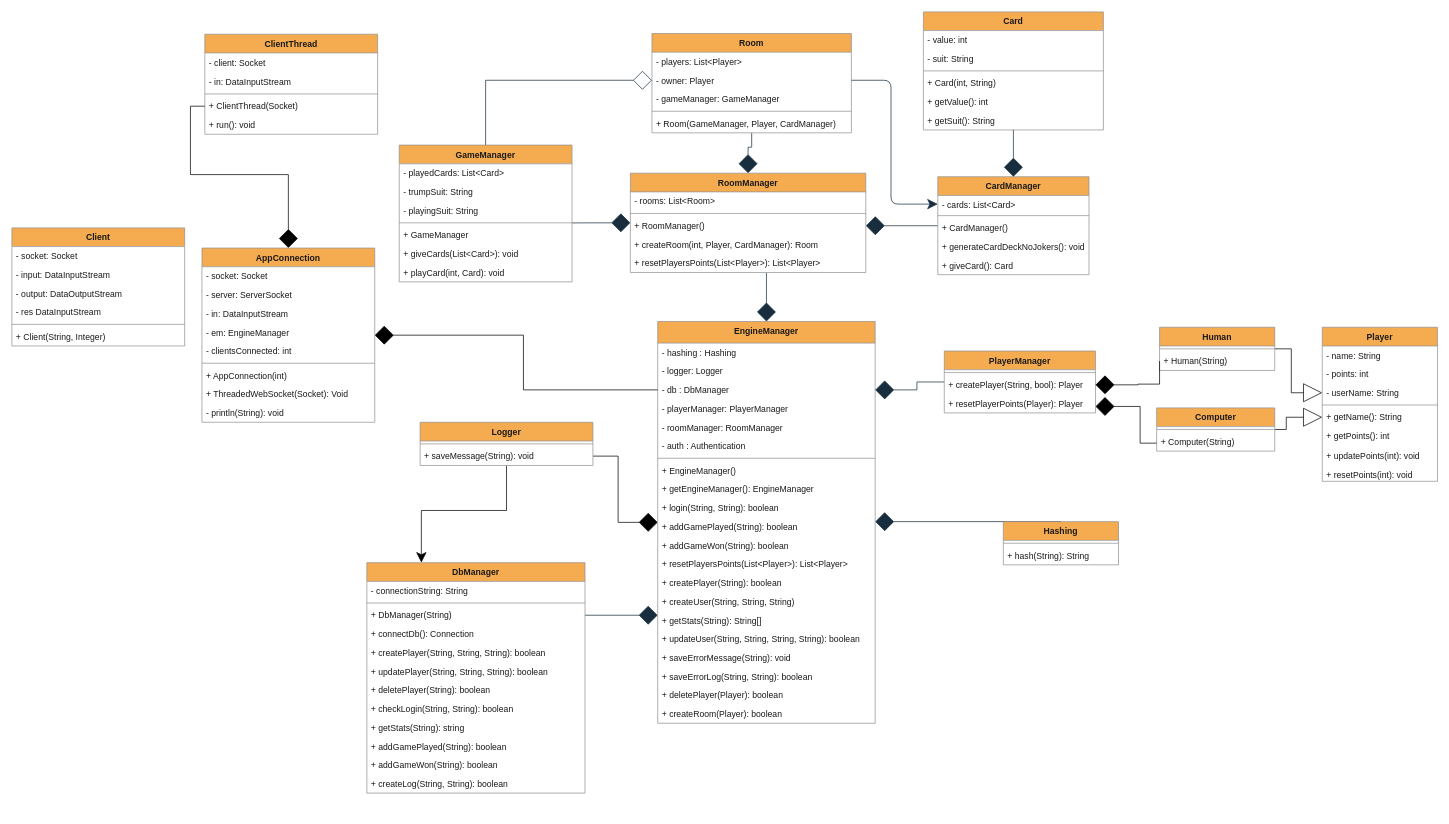
Above: Diagrammer/Filer/Klasse Diagram.drawio in Olivervesth/KortKlubben (draw.io), before the change. Source tidied: cells renumbered, new cells numbered last; positions are measured from the earlier drawing's top-left corner, leaving out a move shared by most shapes. Both pictures are drawn from the tidied source at 72%, with x=0, y=0 at pixel (12, 12).
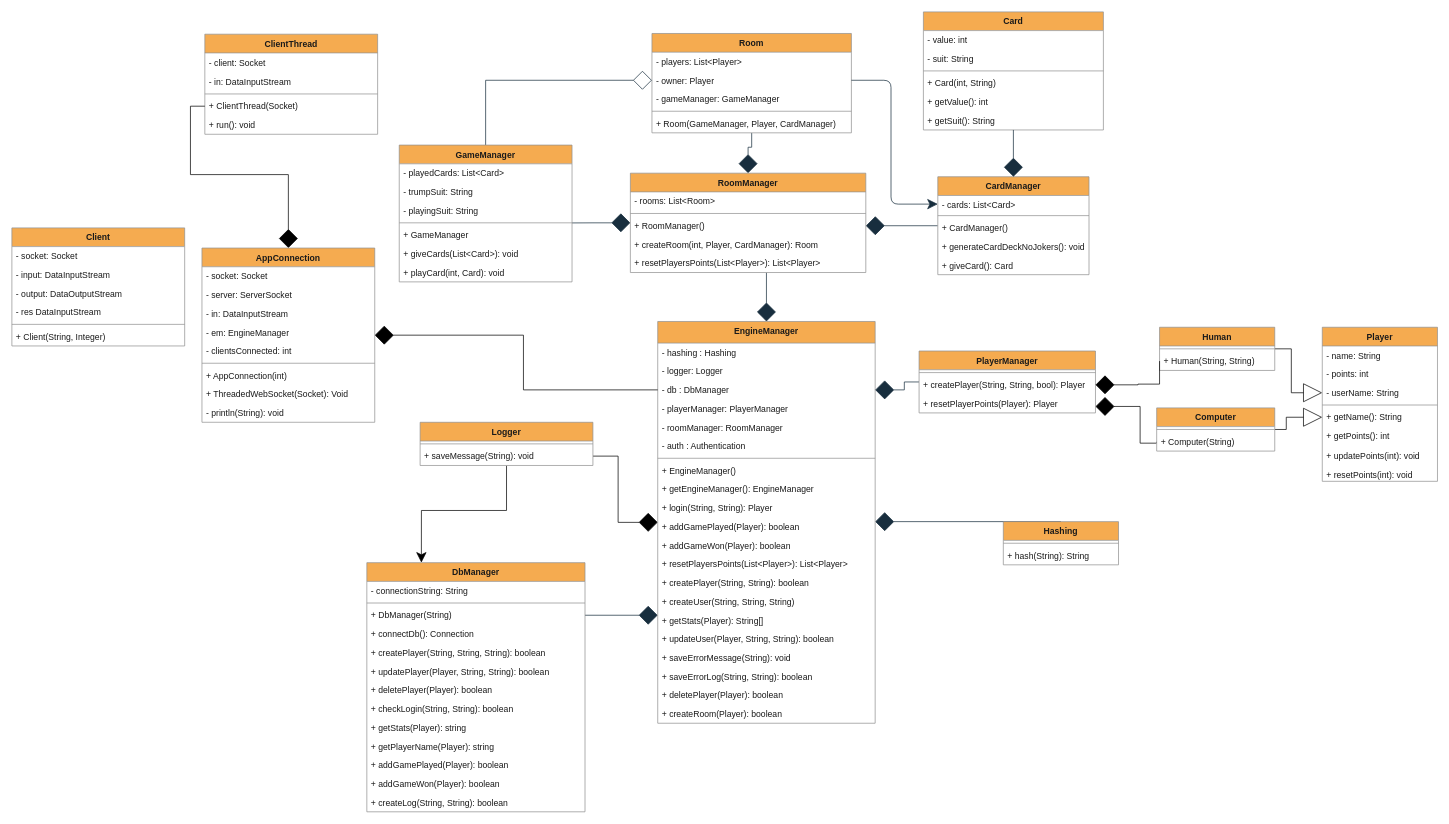
Above is the later version.

The change refers to these unchanged cells:
```xml
<mxCell id="34" value="EngineManager" style="swimlane;fontStyle=1;align=center;verticalAlign=top;horizontal=1;startSize=30;fillColor=#F5AB50;strokeColor=#909090;fontColor=#1A1A1A;rounded=0;swimlaneFillColor=default;" parent="1" vertex="1">
  <mxGeometry x="897" y="430" width="302" height="558" as="geometry" />
</mxCell>
<mxCell id="63" value="Human" style="swimlane;fontStyle=1;align=center;verticalAlign=top;horizontal=1;startSize=26;fillColor=#F5AB50;strokeColor=#909090;fontColor=#1A1A1A;rounded=0;swimlaneFillColor=default;" parent="1" vertex="1">
  <mxGeometry x="1594" y="438" width="160" height="60" as="geometry" />
</mxCell>
```

Diff of the diagram source:
```diff
@@
-    <mxCell id="44" value="+ login(String, String): boolean" style="text;strokeColor=none;fillColor=none;align=left;verticalAlign=top;spacingLeft=4;spacingRight=4;overflow=hidden;fontColor=#1A1A1A;rounded=0;" parent="34" vertex="1">
+    <mxCell id="44" value="+ login(String, String): Player" style="text;strokeColor=none;fillColor=none;align=left;verticalAlign=top;spacingLeft=4;spacingRight=4;overflow=hidden;fontColor=#1A1A1A;rounded=0;" parent="34" vertex="1">
       <mxGeometry y="246" width="302" height="26" as="geometry" />
     </mxCell>
-    <mxCell id="45" value="+ addGamePlayed(String): boolean" style="text;strokeColor=none;fillColor=none;align=left;verticalAlign=top;spacingLeft=4;spacingRight=4;overflow=hidden;fontColor=#1A1A1A;rounded=0;" parent="34" vertex="1">
+    <mxCell id="45" value="+ addGamePlayed(Player): boolean" style="text;strokeColor=none;fillColor=none;align=left;verticalAlign=top;spacingLeft=4;spacingRight=4;overflow=hidden;fontColor=#1A1A1A;rounded=0;" parent="34" vertex="1">
       <mxGeometry y="272" width="302" height="26" as="geometry" />
     </mxCell>
-    <mxCell id="46" value="+ addGameWon(String): boolean" style="text;strokeColor=none;fillColor=none;align=left;verticalAlign=top;spacingLeft=4;spacingRight=4;overflow=hidden;fontColor=#1A1A1A;rounded=0;" parent="34" vertex="1">
+    <mxCell id="46" value="+ addGameWon(Player): boolean" style="text;strokeColor=none;fillColor=none;align=left;verticalAlign=top;spacingLeft=4;spacingRight=4;overflow=hidden;fontColor=#1A1A1A;rounded=0;" parent="34" vertex="1">
       <mxGeometry y="298" width="302" height="26" as="geometry" />
     </mxCell>
@@
-    <mxCell id="48" value="+ createPlayer(String): boolean" style="text;strokeColor=none;fillColor=none;align=left;verticalAlign=top;spacingLeft=4;spacingRight=4;overflow=hidden;fontColor=#1A1A1A;rounded=0;" parent="34" vertex="1">
+    <mxCell id="48" value="+ createPlayer(String, String): boolean" style="text;strokeColor=none;fillColor=none;align=left;verticalAlign=top;spacingLeft=4;spacingRight=4;overflow=hidden;fontColor=#1A1A1A;rounded=0;" parent="34" vertex="1">
       <mxGeometry y="350" width="302" height="26" as="geometry" />
     </mxCell>
@@
-    <mxCell id="50" value="+ getStats(String): String[]" style="text;strokeColor=none;fillColor=none;align=left;verticalAlign=top;spacingLeft=4;spacingRight=4;overflow=hidden;fontColor=#1A1A1A;rounded=0;" parent="34" vertex="1">
+    <mxCell id="50" value="+ getStats(Player): String[]" style="text;strokeColor=none;fillColor=none;align=left;verticalAlign=top;spacingLeft=4;spacingRight=4;overflow=hidden;fontColor=#1A1A1A;rounded=0;" parent="34" vertex="1">
       <mxGeometry y="402" width="302" height="26" as="geometry" />
     </mxCell>
-    <mxCell id="51" value="+ updateUser(String, String, String, String): boolean" style="text;strokeColor=none;fillColor=none;align=left;verticalAlign=top;spacingLeft=4;spacingRight=4;overflow=hidden;fontColor=#1A1A1A;rounded=0;" parent="34" vertex="1">
+    <mxCell id="51" value="+ updateUser(Player, String, String): boolean" style="text;strokeColor=none;fillColor=none;align=left;verticalAlign=top;spacingLeft=4;spacingRight=4;overflow=hidden;fontColor=#1A1A1A;rounded=0;" parent="34" vertex="1">
       <mxGeometry y="428" width="302" height="26" as="geometry" />
     </mxCell>
@@
     <mxCell id="58" value="PlayerManager" style="swimlane;fontStyle=1;align=center;verticalAlign=top;horizontal=1;startSize=26;fillColor=#F5AB50;strokeColor=#909090;fontColor=#1A1A1A;rounded=0;swimlaneFillColor=default;" parent="1" vertex="1">
-      <mxGeometry x="1295" y="471" width="210" height="86" as="geometry" />
+      <mxGeometry x="1260" y="471" width="245" height="86" as="geometry" />
     </mxCell>
     <mxCell id="59" style="line;strokeWidth=1;fillColor=none;align=left;verticalAlign=middle;spacingTop=-1;spacingLeft=3;spacingRight=3;labelPosition=right;labelBackgroundColor=#EEEEEE;strokeColor=#909090;fontColor=#1A1A1A;rounded=0;" parent="58" vertex="1">
-      <mxGeometry y="26" width="210" height="8" as="geometry" />
+      <mxGeometry y="26" width="245" height="8" as="geometry" />
     </mxCell>
-    <mxCell id="60" value="+ createPlayer(String, bool): Player" style="text;strokeColor=none;fillColor=none;align=left;verticalAlign=top;spacingLeft=4;spacingRight=4;overflow=hidden;points=[[0,0.5],[1,0.5]];portConstraint=eastwest;fontColor=#1A1A1A;rounded=0;" parent="58" vertex="1">
-      <mxGeometry y="34" width="210" height="26" as="geometry" />
+    <mxCell id="60" value="+ createPlayer(String, String, bool): Player" style="text;strokeColor=none;fillColor=none;align=left;verticalAlign=top;spacingLeft=4;spacingRight=4;overflow=hidden;points=[[0,0.5],[1,0.5]];portConstraint=eastwest;fontColor=#1A1A1A;rounded=0;" parent="58" vertex="1">
+      <mxGeometry y="34" width="245" height="26" as="geometry" />
     </mxCell>
     <mxCell id="61" value="+ resetPlayerPoints(Player): Player" style="text;strokeColor=none;fillColor=none;align=left;verticalAlign=top;spacingLeft=4;spacingRight=4;overflow=hidden;fontColor=#1A1A1A;rounded=0;" parent="58" vertex="1">
-      <mxGeometry y="60" width="210" height="26" as="geometry" />
+      <mxGeometry y="60" width="245" height="26" as="geometry" />
     </mxCell>
@@
-    <mxCell id="65" value="+ Human(String)" style="text;strokeColor=none;fillColor=none;align=left;verticalAlign=top;spacingLeft=4;spacingRight=4;overflow=hidden;points=[[0,0.5],[1,0.5]];portConstraint=eastwest;fontColor=#1A1A1A;rounded=0;" parent="63" vertex="1">
+    <mxCell id="65" value="+ Human(String, String)" style="text;strokeColor=none;fillColor=none;align=left;verticalAlign=top;spacingLeft=4;spacingRight=4;overflow=hidden;points=[[0,0.5],[1,0.5]];portConstraint=eastwest;fontColor=#1A1A1A;rounded=0;" parent="63" vertex="1">
       <mxGeometry y="34" width="160" height="26" as="geometry" />
     </mxCell>
     <mxCell id="66" value="DbManager" style="swimlane;fontStyle=1;align=center;verticalAlign=top;horizontal=1;startSize=26;fillColor=#F5AB50;strokeColor=#909090;fontColor=#1A1A1A;rounded=0;swimlaneFillColor=default;" parent="1" vertex="1">
-      <mxGeometry x="493" y="765" width="303" height="320" as="geometry" />
+      <mxGeometry x="493" y="765" width="303" height="346" as="geometry" />
     </mxCell>
@@
-    <mxCell id="72" value="+ updatePlayer(String, String, String): boolean" style="text;strokeColor=none;fillColor=none;align=left;verticalAlign=top;spacingLeft=4;spacingRight=4;overflow=hidden;fontColor=#1A1A1A;rounded=0;" parent="66" vertex="1">
+    <mxCell id="72" value="+ updatePlayer(Player, String, String): boolean" style="text;strokeColor=none;fillColor=none;align=left;verticalAlign=top;spacingLeft=4;spacingRight=4;overflow=hidden;fontColor=#1A1A1A;rounded=0;" parent="66" vertex="1">
       <mxGeometry y="138" width="303" height="26" as="geometry" />
     </mxCell>
-    <mxCell id="73" value="+ deletePlayer(String): boolean" style="text;strokeColor=none;fillColor=none;align=left;verticalAlign=top;spacingLeft=4;spacingRight=4;overflow=hidden;fontColor=#1A1A1A;rounded=0;" parent="66" vertex="1">
+    <mxCell id="73" value="+ deletePlayer(Player): boolean" style="text;strokeColor=none;fillColor=none;align=left;verticalAlign=top;spacingLeft=4;spacingRight=4;overflow=hidden;fontColor=#1A1A1A;rounded=0;" parent="66" vertex="1">
       <mxGeometry y="164" width="303" height="26" as="geometry" />
     </mxCell>
@@
-    <mxCell id="75" value="+ getStats(String): string" style="text;strokeColor=none;fillColor=none;align=left;verticalAlign=top;spacingLeft=4;spacingRight=4;overflow=hidden;fontColor=#1A1A1A;rounded=0;" parent="66" vertex="1">
+    <mxCell id="75" value="+ getStats(Player): string" style="text;strokeColor=none;fillColor=none;align=left;verticalAlign=top;spacingLeft=4;spacingRight=4;overflow=hidden;fontColor=#1A1A1A;rounded=0;" parent="66" vertex="1">
       <mxGeometry y="216" width="303" height="26" as="geometry" />
     </mxCell>
+    <mxCell id="136" value="+ getPlayerName(Player): string" style="text;strokeColor=none;fillColor=none;align=left;verticalAlign=top;spacingLeft=4;spacingRight=4;overflow=hidden;fontColor=#1A1A1A;rounded=0;" parent="66" vertex="1">
+      <mxGeometry y="242" width="303" height="26" as="geometry" />
+    </mxCell>
-    <mxCell id="76" value="+ addGamePlayed(String): boolean" style="text;strokeColor=none;fillColor=none;align=left;verticalAlign=top;spacingLeft=4;spacingRight=4;overflow=hidden;fontColor=#1A1A1A;rounded=0;" parent="66" vertex="1">
-      <mxGeometry y="242" width="303" height="26" as="geometry" />
+    <mxCell id="76" value="+ addGamePlayed(Player): boolean" style="text;strokeColor=none;fillColor=none;align=left;verticalAlign=top;spacingLeft=4;spacingRight=4;overflow=hidden;fontColor=#1A1A1A;rounded=0;" parent="66" vertex="1">
+      <mxGeometry y="268" width="303" height="26" as="geometry" />
     </mxCell>
-    <mxCell id="77" value="+ addGameWon(String): boolean" style="text;strokeColor=none;fillColor=none;align=left;verticalAlign=top;spacingLeft=4;spacingRight=4;overflow=hidden;fontColor=#1A1A1A;rounded=0;" parent="66" vertex="1">
-      <mxGeometry y="268" width="303" height="26" as="geometry" />
+    <mxCell id="77" value="+ addGameWon(Player): boolean" style="text;strokeColor=none;fillColor=none;align=left;verticalAlign=top;spacingLeft=4;spacingRight=4;overflow=hidden;fontColor=#1A1A1A;rounded=0;" parent="66" vertex="1">
+      <mxGeometry y="294" width="303" height="26" as="geometry" />
     </mxCell>
     <mxCell id="78" value="+ createLog(String, String): boolean" style="text;strokeColor=none;fillColor=none;align=left;verticalAlign=top;spacingLeft=4;spacingRight=4;overflow=hidden;fontColor=#1A1A1A;rounded=0;" parent="66" vertex="1">
-      <mxGeometry y="294" width="303" height="26" as="geometry" />
+      <mxGeometry y="320" width="303" height="26" as="geometry" />
     </mxCell>
```
